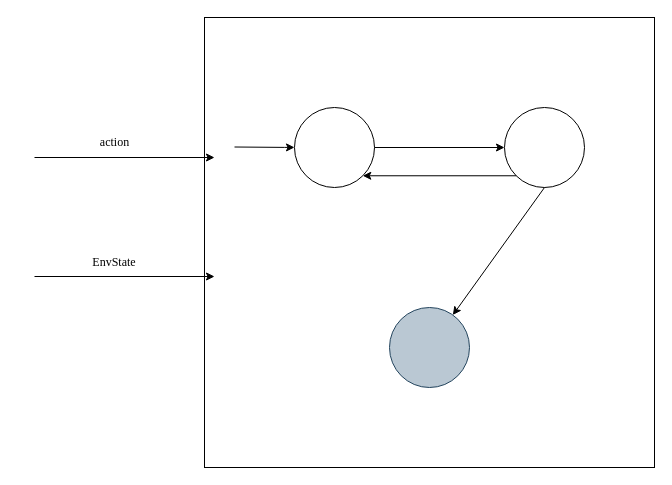
Above: page "Saftey Monitor" (5 of 7) of diagrams/HybridSystemsProject.drawio in nkepling/curly-carnival (draw.io), before the change. Source tidied: cells renumbered, new cells numbered last; positions are measured from the earlier drawing's top-left corner, leaving out a move shared by most shapes. Both pictures are drawn from the tidied source at 100%, with x=0, y=0 at pixel (34, 17).
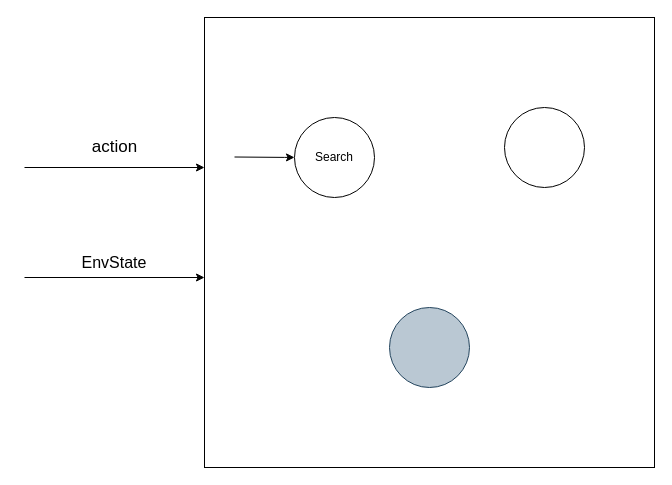
After the change.

Change to the diagram source:
```diff
@@
 <mxGraphModel>
   <root>
     <mxCell id="0" />
     <mxCell id="1" parent="0" />
     <mxCell id="2" style="whiteSpace=wrap;html=1;" parent="1" vertex="1">
       <mxGeometry x="170" width="450" height="450" as="geometry" />
     </mxCell>
     <mxCell id="3" style="endArrow=classic;html=1;rounded=0;" parent="1" edge="1">
       <mxGeometry relative="1" as="geometry">
-        <mxPoint y="140" as="sourcePoint" />
-        <mxPoint x="180" y="140" as="targetPoint" />
+        <mxPoint x="-10" y="150" as="sourcePoint" />
+        <mxPoint x="170" y="150" as="targetPoint" />
       </mxGeometry>
     </mxCell>
-    <mxCell id="4" value="action" style="text;html=1;align=center;verticalAlign=middle;strokeColor=none;fillColor=none;fontFamily=Times New Roman;" parent="1" vertex="1">
-      <mxGeometry x="55" y="110" width="50" height="30" as="geometry" />
+    <mxCell id="4" value="&lt;font face=&quot;Helvetica&quot; style=&quot;font-size: 17px;&quot;&gt;action&lt;/font&gt;" style="text;html=1;align=center;verticalAlign=middle;strokeColor=none;fillColor=none;fontFamily=Times New Roman;" parent="1" vertex="1">
+      <mxGeometry x="45" y="115" width="70" height="30" as="geometry" />
     </mxCell>
     <mxCell id="5" style="endArrow=classic;html=1;rounded=0;" parent="1" edge="1">
       <mxGeometry relative="1" as="geometry">
-        <mxPoint y="259" as="sourcePoint" />
-        <mxPoint x="180" y="259" as="targetPoint" />
+        <mxPoint x="-10" y="260" as="sourcePoint" />
+        <mxPoint x="170" y="260" as="targetPoint" />
       </mxGeometry>
     </mxCell>
-    <mxCell id="6" value="EnvState" style="text;html=1;strokeColor=none;fillColor=none;align=center;verticalAlign=middle;whiteSpace=wrap;rounded=0;fontFamily=Times New Roman;" parent="1" vertex="1">
+    <mxCell id="6" value="&lt;font face=&quot;Helvetica&quot; style=&quot;font-size: 16px;&quot;&gt;EnvState&lt;/font&gt;" style="text;html=1;strokeColor=none;fillColor=none;align=center;verticalAlign=middle;whiteSpace=wrap;rounded=0;fontFamily=Times New Roman;" parent="1" vertex="1">
       <mxGeometry x="50" y="230" width="60" height="30" as="geometry" />
     </mxCell>
-    <mxCell id="7" style="ellipse;whiteSpace=wrap;html=1;" parent="1" vertex="1">
-      <mxGeometry x="260" y="90" width="80" height="80" as="geometry" />
+    <mxCell id="7" value="Search" style="ellipse;whiteSpace=wrap;html=1;" parent="1" vertex="1">
+      <mxGeometry x="260" y="100" width="80" height="80" as="geometry" />
     </mxCell>
     <mxCell id="8" style="ellipse;whiteSpace=wrap;html=1;fillColor=#bac8d3;strokeColor=#23445d;" parent="1" vertex="1">
       <mxGeometry x="355" y="290" width="80" height="80" as="geometry" />
     </mxCell>
     <mxCell id="9" style="endArrow=classic;html=1;rounded=0;" parent="1" edge="1">
       <mxGeometry relative="1" as="geometry">
-        <mxPoint x="200" y="129.5" as="sourcePoint" />
-        <mxPoint x="260" y="129.9" as="targetPoint" />
+        <mxPoint x="200" y="139.5" as="sourcePoint" />
+        <mxPoint x="260" y="139.9" as="targetPoint" />
         <Array as="points">
-          <mxPoint x="250" y="129.9" />
+          <mxPoint x="250" y="139.9" />
         </Array>
       </mxGeometry>
     </mxCell>
     <mxCell id="10" style="ellipse;whiteSpace=wrap;html=1;" parent="1" vertex="1">
       <mxGeometry x="470" y="90" width="80" height="80" as="geometry" />
     </mxCell>
-    <mxCell id="11" style="endArrow=classic;html=1;rounded=0;exitX=1;exitY=0.5;exitDx=0;exitDy=0;entryX=0;entryY=0.5;entryDx=0;entryDy=0;" parent="1" edge="1" source="7" target="10">
-      <mxGeometry relative="1" as="geometry" />
-    </mxCell>
-    <mxCell id="12" style="endArrow=classic;html=1;rounded=0;exitX=0;exitY=1;exitDx=0;exitDy=0;entryX=1;entryY=1;entryDx=0;entryDy=0;" parent="1" edge="1" source="10" target="7">
-      <mxGeometry relative="1" as="geometry" />
-    </mxCell>
-    <mxCell id="13" style="endArrow=classic;html=1;rounded=0;exitX=0.5;exitY=1;exitDx=0;exitDy=0;" parent="1" edge="1" source="10" target="8">
-      <mxGeometry relative="1" as="geometry" />
-    </mxCell>
   </root>
 </mxGraphModel>
```
